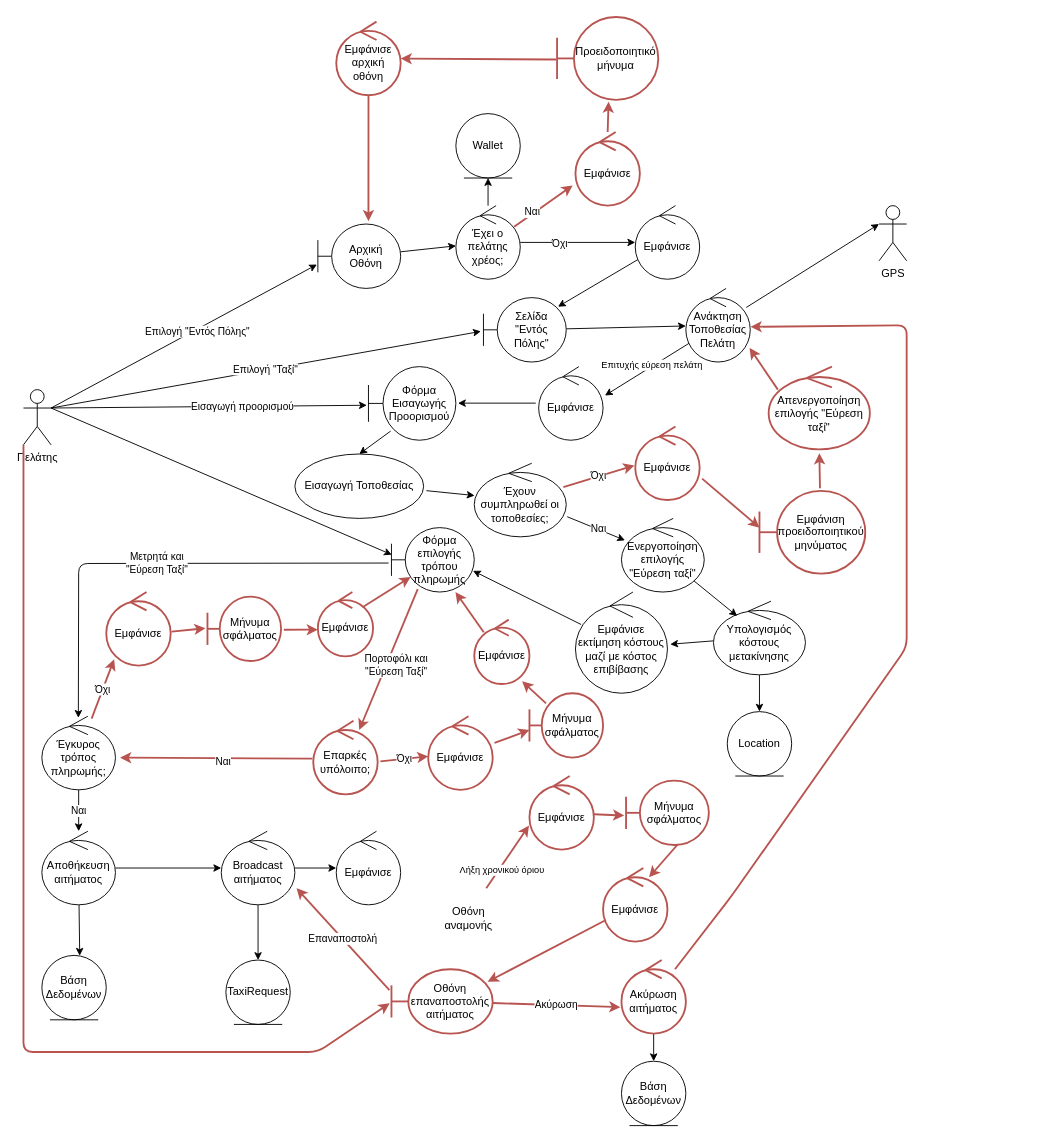
This is Part_2/Robustness/diagrams/07_Επιλογή_Τάξι.drawio from Nikolis2002/texnoligia_logismikou, a draw.io file, before an edit. Source tidied: cells renumbered, new cells numbered last; positions are measured from the earlier drawing's top-left corner, leaving out a move shared by most shapes. Both pictures are drawn from the tidied source at 92%, with x=0, y=0 at pixel (23, 17).
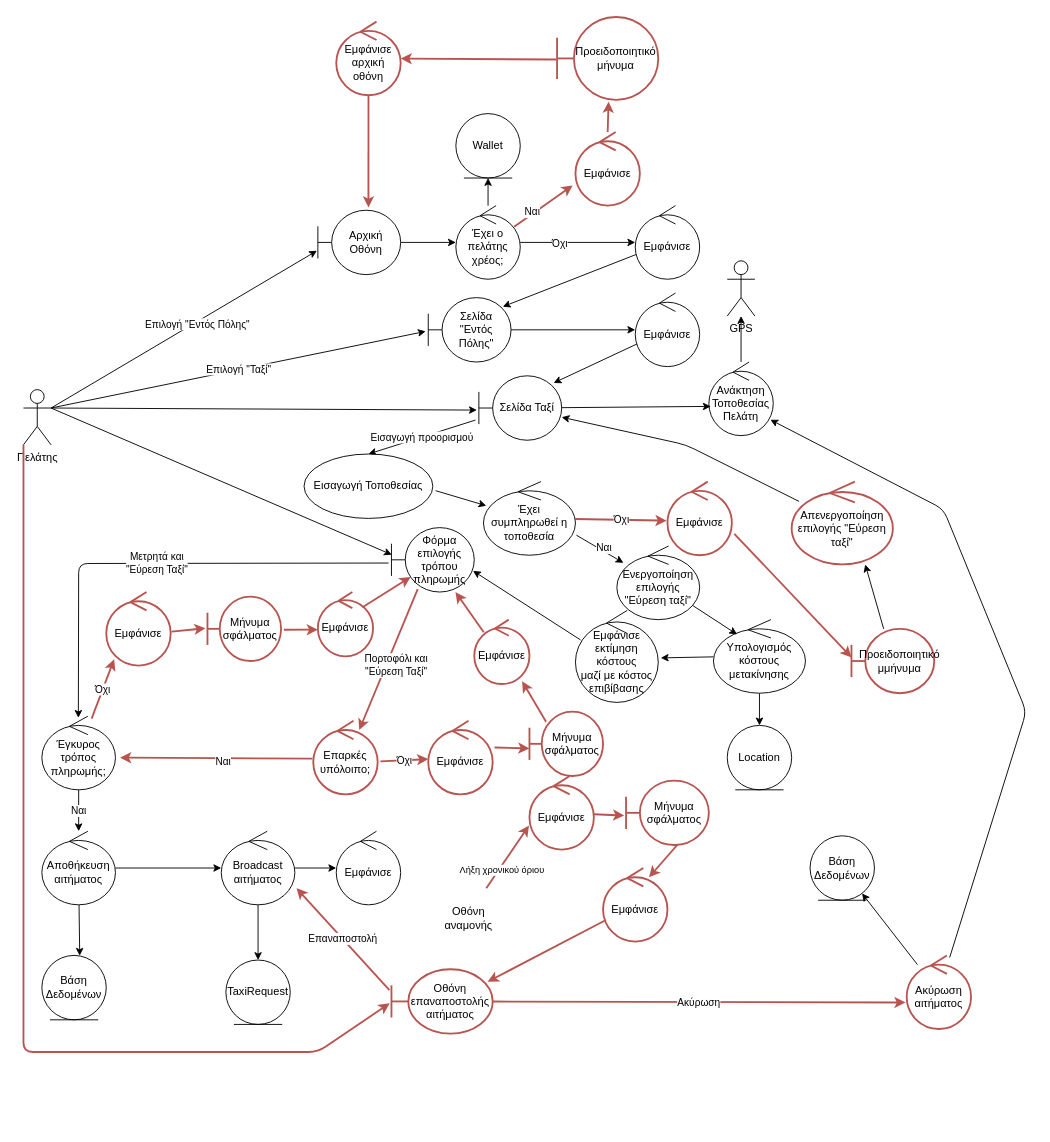
After the change.

The change refers to these unchanged cells:
```xml
<mxCell id="8" value="Πελάτης" style="shape=umlActor;verticalLabelPosition=bottom;verticalAlign=top;html=1;" parent="1" vertex="1">
  <mxGeometry y="405" width="30" height="60" as="geometry" />
</mxCell>
```

Change to the diagram source:
```diff
@@
-    <mxCell id="5" style="edgeStyle=none;html=1;exitX=1;exitY=0.3333333333333333;exitDx=0;exitDy=0;exitPerimeter=0;entryX=-0.019;entryY=0.525;entryDx=0;entryDy=0;entryPerimeter=0;" parent="1" edge="1" source="8" target="30">
+    <mxCell id="5" style="edgeStyle=none;html=1;exitX=1;exitY=0.3333333333333333;exitDx=0;exitDy=0;exitPerimeter=0;entryX=-0.024;entryY=0.532;entryDx=0;entryDy=0;entryPerimeter=0;" parent="1" edge="1" source="8" target="110">
       <mxGeometry relative="1" as="geometry" />
     </mxCell>
-    <mxCell id="6" value="Εισαγωγή προορισμού" style="edgeLabel;html=1;align=center;verticalAlign=middle;" parent="5" vertex="1">
-      <mxGeometry x="0.21" relative="1" as="geometry" />
-    </mxCell>
@@
     <mxCell id="10" value="Αρχική Οθόνη" style="shape=umlBoundary;whiteSpace=wrap;html=1;" parent="1" vertex="1">
-      <mxGeometry x="320" y="225" width="90" height="70" as="geometry" />
+      <mxGeometry x="320" y="210" width="90" height="70" as="geometry" />
     </mxCell>
@@
-    <mxCell id="19" style="edgeStyle=none;html=1;" parent="1" edge="1" source="20" target="25">
-      <mxGeometry relative="1" as="geometry" />
-    </mxCell>
+    <mxCell id="107" style="edgeStyle=none;html=1;" parent="1" edge="1" source="20" target="28">
+      <mxGeometry relative="1" as="geometry" />
+    </mxCell>
     <mxCell id="20" value="Σελίδα &quot;Εντός Πόλης&quot;" style="shape=umlBoundary;whiteSpace=wrap;html=1;" parent="1" vertex="1">
-      <mxGeometry x="500" y="305" width="90" height="70" as="geometry" />
+      <mxGeometry x="440" y="305" width="90" height="70" as="geometry" />
     </mxCell>
@@
-    <mxCell id="22" style="edgeStyle=none;html=1;entryX=0;entryY=0.3333333333333333;entryDx=0;entryDy=0;entryPerimeter=0;" parent="1" edge="1" source="25" target="26">
+    <mxCell id="22" style="edgeStyle=none;html=1;" parent="1" edge="1" source="25" target="26">
       <mxGeometry relative="1" as="geometry" />
     </mxCell>
-    <mxCell id="23" style="edgeStyle=none;html=1;entryX=1.029;entryY=0.393;entryDx=0;entryDy=0;entryPerimeter=0;" parent="1" edge="1" source="25" target="28">
-      <mxGeometry relative="1" as="geometry" />
-    </mxCell>
-    <mxCell id="24" value="Επιτυχής εύρεση πελάτη" style="edgeLabel;html=1;align=center;verticalAlign=middle;fontSize=10;" parent="23" vertex="1">
-      <mxGeometry x="-0.11" y="-2" relative="1" as="geometry" />
-    </mxCell>
     <mxCell id="25" value="Ανάκτηση Τοποθεσίας Πελάτη" style="ellipse;shape=umlControl;whiteSpace=wrap;html=1;" parent="1" vertex="1">
-      <mxGeometry x="720" y="295" width="70" height="80" as="geometry" />
+      <mxGeometry x="745" y="375" width="70" height="80" as="geometry" />
     </mxCell>
     <mxCell id="26" value="GPS" style="shape=umlActor;verticalLabelPosition=bottom;verticalAlign=top;html=1;" parent="1" vertex="1">
-      <mxGeometry x="930" y="205" width="30" height="60" as="geometry" />
+      <mxGeometry x="765" y="265" width="30" height="60" as="geometry" />
     </mxCell>
-    <mxCell id="27" style="edgeStyle=none;html=1;entryX=1.024;entryY=0.496;entryDx=0;entryDy=0;entryPerimeter=0;exitX=-0.045;exitY=0.496;exitDx=0;exitDy=0;exitPerimeter=0;" parent="1" edge="1" source="28" target="30">
-      <mxGeometry relative="1" as="geometry" />
-    </mxCell>
-    <mxCell id="28" value="Εμφάνισε" style="ellipse;shape=umlControl;whiteSpace=wrap;html=1;" parent="1" vertex="1">
-      <mxGeometry x="560" y="380" width="70" height="80" as="geometry" />
-    </mxCell>
-    <mxCell id="29" style="edgeStyle=none;html=1;entryX=0.5;entryY=0;entryDx=0;entryDy=0;exitX=0.254;exitY=0.876;exitDx=0;exitDy=0;exitPerimeter=0;" parent="1" edge="1" source="30" target="32">
+    <mxCell id="29" value="Εισαγωγή προορισμού" style="edgeStyle=none;html=1;entryX=0.5;entryY=0;entryDx=0;entryDy=0;exitX=-0.041;exitY=0.687;exitDx=0;exitDy=0;exitPerimeter=0;" parent="1" edge="1" source="110" target="32">
       <mxGeometry relative="1" as="geometry" />
     </mxCell>
-    <mxCell id="30" value="Φόρμα Εισαγωγής Προορισμού" style="shape=umlBoundary;whiteSpace=wrap;html=1;" parent="1" vertex="1">
-      <mxGeometry x="375" y="380" width="95" height="80" as="geometry" />
-    </mxCell>
@@
     <mxCell id="32" value="Εισαγωγή Τοποθεσίας" style="ellipse;whiteSpace=wrap;html=1;" parent="1" vertex="1">
-      <mxGeometry x="295" y="475" width="140" height="70" as="geometry" />
+      <mxGeometry x="305" y="475" width="140" height="70" as="geometry" />
     </mxCell>
@@
-    <mxCell id="36" value="Έχουν συμπληρωθεί οι τοποθεσίες;" style="ellipse;shape=umlControl;whiteSpace=wrap;html=1;" parent="1" vertex="1">
-      <mxGeometry x="490" y="485" width="100" height="80" as="geometry" />
+    <mxCell id="36" value="Έχει συμπληρωθεί η τοποθεσία" style="ellipse;shape=umlControl;whiteSpace=wrap;html=1;" parent="1" vertex="1">
+      <mxGeometry x="500" y="505" width="100" height="80" as="geometry" />
     </mxCell>
@@
     <mxCell id="39" value="Υπολογισμός κόστους μετακίνησης" style="ellipse;shape=umlControl;whiteSpace=wrap;html=1;" parent="1" vertex="1">
-      <mxGeometry x="750" y="635" width="100" height="80" as="geometry" />
+      <mxGeometry x="750" y="655" width="100" height="80" as="geometry" />
     </mxCell>
     <mxCell id="40" value="Location" style="ellipse;shape=umlEntity;whiteSpace=wrap;html=1;" parent="1" vertex="1">
-      <mxGeometry x="765" y="755" width="70" height="70" as="geometry" />
+      <mxGeometry x="765" y="770" width="70" height="70" as="geometry" />
     </mxCell>
@@
     <mxCell id="42" value="Εμφάνισε εκτίμηση κόστους&lt;br&gt;μαζί με κόστος επιβίβασης" style="ellipse;shape=umlControl;whiteSpace=wrap;html=1;" parent="1" vertex="1">
-      <mxGeometry x="600" y="625" width="100" height="110" as="geometry" />
+      <mxGeometry x="600" y="645" width="90" height="100" as="geometry" />
     </mxCell>
@@
     <mxCell id="65" value="Ενεργοποίηση επιλογής &quot;Εύρεση ταξί&quot;" style="ellipse;shape=umlControl;whiteSpace=wrap;html=1;" parent="1" vertex="1">
-      <mxGeometry x="650" y="545" width="90" height="80" as="geometry" />
+      <mxGeometry x="645" y="575" width="90" height="80" as="geometry" />
     </mxCell>
-    <mxCell id="66" style="edgeStyle=none;html=1;entryX=0.989;entryY=0.809;entryDx=0;entryDy=0;entryPerimeter=0;strokeWidth=2;fillColor=#f8cecc;strokeColor=#b85450;exitX=0.091;exitY=0.278;exitDx=0;exitDy=0;exitPerimeter=0;" parent="1" edge="1" source="67" target="25">
-      <mxGeometry relative="1" as="geometry" />
-    </mxCell>
+    <mxCell id="108" style="edgeStyle=none;html=1;" parent="1" edge="1" source="67" target="110">
+      <mxGeometry relative="1" as="geometry">
+        <Array as="points">
+          <mxPoint x="720" y="465" />
+        </Array>
+      </mxGeometry>
+    </mxCell>
     <mxCell id="67" value="Απενεργοποίηση επιλογής &quot;Εύρεση ταξί&quot;" style="ellipse;shape=umlControl;whiteSpace=wrap;html=1;fillColor=none;strokeColor=#b85450;strokeWidth=2;" parent="1" vertex="1">
-      <mxGeometry x="810" y="380" width="110" height="90" as="geometry" />
+      <mxGeometry x="835" y="505" width="110" height="90" as="geometry" />
     </mxCell>
@@
     <mxCell id="74" value="Εμφάνισε" style="ellipse;shape=umlControl;whiteSpace=wrap;html=1;fillColor=none;strokeColor=#b85450;strokeWidth=2;" parent="1" vertex="1">
-      <mxGeometry x="440" y="760" width="70" height="80" as="geometry" />
+      <mxGeometry x="440" y="765" width="70" height="80" as="geometry" />
     </mxCell>
@@
+    <mxCell id="83" style="edgeStyle=none;html=1;strokeWidth=1;fontSize=24;" parent="1" edge="1" source="84" target="86">
+      <mxGeometry relative="1" as="geometry" />
+    </mxCell>
-    <mxCell id="82" style="edgeStyle=none;html=1;entryX=1.004;entryY=0.522;entryDx=0;entryDy=0;entryPerimeter=0;strokeWidth=2;strokeColor=#B85450;" parent="1" edge="1" source="84" target="25">
+    <mxCell id="82" style="edgeStyle=none;html=1;entryX=0.955;entryY=0.784;entryDx=0;entryDy=0;entryPerimeter=0;" parent="1" edge="1" source="84" target="25">
       <mxGeometry relative="1" as="geometry">
         <Array as="points">
-          <mxPoint x="770" y="955" />
-          <mxPoint x="960" y="685" />
-          <mxPoint x="960" y="335" />
+          <mxPoint x="1090" y="755" />
+          <mxPoint x="1000" y="535" />
         </Array>
       </mxGeometry>
     </mxCell>
-    <mxCell id="83" style="edgeStyle=none;html=1;strokeWidth=1;fontSize=24;" parent="1" edge="1" source="84" target="86">
-      <mxGeometry relative="1" as="geometry" />
-    </mxCell>
     <mxCell id="84" value="Ακύρωση αιτήματος" style="ellipse;shape=umlControl;whiteSpace=wrap;html=1;fillColor=none;strokeColor=#b85450;strokeWidth=2;" parent="1" vertex="1">
-      <mxGeometry x="650" y="1025" width="70" height="80" as="geometry" />
+      <mxGeometry x="960" y="1020" width="70" height="80" as="geometry" />
     </mxCell>
@@
     <mxCell id="86" value="Βάση Δεδομένων" style="ellipse;shape=umlEntity;whiteSpace=wrap;html=1;" parent="1" vertex="1">
-      <mxGeometry x="650" y="1135" width="70" height="70" as="geometry" />
+      <mxGeometry x="855" y="890" width="70" height="70" as="geometry" />
     </mxCell>
@@
+    <mxCell id="91" value="Εμφάνισε" style="ellipse;shape=umlControl;whiteSpace=wrap;html=1;fillColor=none;strokeColor=#b85450;strokeWidth=2;" parent="1" vertex="1">
+      <mxGeometry x="700" y="505" width="70" height="80" as="geometry" />
+    </mxCell>
-    <mxCell id="90" style="edgeStyle=none;html=1;entryX=0.501;entryY=1.046;entryDx=0;entryDy=0;entryPerimeter=0;strokeColor=#B85450;fontSize=10;strokeWidth=2;exitX=0.572;exitY=-0.032;exitDx=0;exitDy=0;exitPerimeter=0;" parent="1" edge="1" source="92" target="67">
+    <mxCell id="90" style="edgeStyle=none;html=1;entryX=0.727;entryY=1;entryDx=0;entryDy=0;entryPerimeter=0;" parent="1" edge="1" source="92" target="67">
       <mxGeometry relative="1" as="geometry" />
     </mxCell>
-    <mxCell id="91" value="Εμφάνισε" style="ellipse;shape=umlControl;whiteSpace=wrap;html=1;fillColor=none;strokeColor=#b85450;strokeWidth=2;" parent="1" vertex="1">
-      <mxGeometry x="665" y="445" width="70" height="80" as="geometry" />
-    </mxCell>
-    <mxCell id="92" value="Εμφάνιση προειδοποιητικού&lt;br&gt;μηνύματος" style="shape=umlBoundary;whiteSpace=wrap;html=1;strokeColor=#B85450;strokeWidth=2;" parent="1" vertex="1">
-      <mxGeometry x="800" y="515" width="115" height="90" as="geometry" />
+    <mxCell id="92" value="Προειδοποιητικό&lt;br&gt;μμήνυμα" style="shape=umlBoundary;whiteSpace=wrap;html=1;strokeColor=#B85450;strokeWidth=2;" parent="1" vertex="1">
+      <mxGeometry x="900" y="665" width="90" height="70" as="geometry" />
     </mxCell>
@@
     <mxCell id="94" value="Μήνυμα&lt;br&gt;σφάλματος" style="shape=umlBoundary;whiteSpace=wrap;html=1;strokeColor=#B85450;strokeWidth=2;" parent="1" vertex="1">
-      <mxGeometry x="550" y="735" width="80" height="70" as="geometry" />
+      <mxGeometry x="550" y="755" width="80" height="70" as="geometry" />
     </mxCell>
@@
+    <mxCell id="109" style="edgeStyle=none;html=1;entryX=0.029;entryY=0.603;entryDx=0;entryDy=0;entryPerimeter=0;" parent="1" edge="1" source="110" target="25">
+      <mxGeometry relative="1" as="geometry" />
+    </mxCell>
+    <mxCell id="110" value="Σελίδα Ταξί" style="shape=umlBoundary;whiteSpace=wrap;html=1;" parent="1" vertex="1">
+      <mxGeometry x="495" y="390" width="90" height="70" as="geometry" />
+    </mxCell>
+    <mxCell id="111" style="edgeStyle=none;html=1;entryX=0.903;entryY=0.111;entryDx=0;entryDy=0;entryPerimeter=0;" parent="1" edge="1" source="28" target="110">
+      <mxGeometry relative="1" as="geometry" />
+    </mxCell>
+    <mxCell id="28" value="Εμφάνισε" style="ellipse;shape=umlControl;whiteSpace=wrap;html=1;" parent="1" vertex="1">
+      <mxGeometry x="665" y="300" width="70" height="80" as="geometry" />
+    </mxCell>
```
